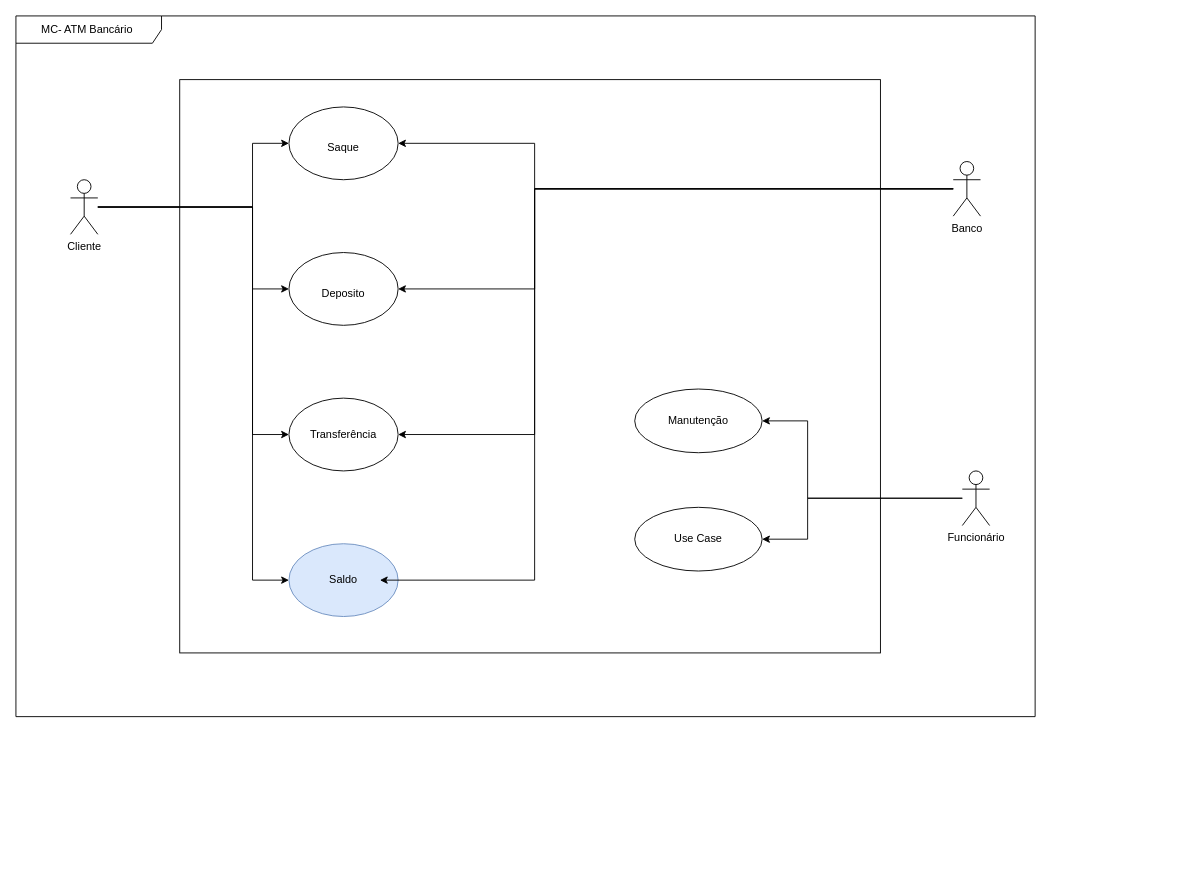
Before: modelagemdeprocessodenegocio.drawio in PaulaSena/DiagramasFaculdade, a draw.io diagram. Source tidied: cells renumbered, new cells numbered last; positions are measured from the earlier drawing's top-left corner, leaving out a move shared by most shapes. Both pictures are drawn from the tidied source at 91%, with x=0, y=0 at pixel (15, 15).
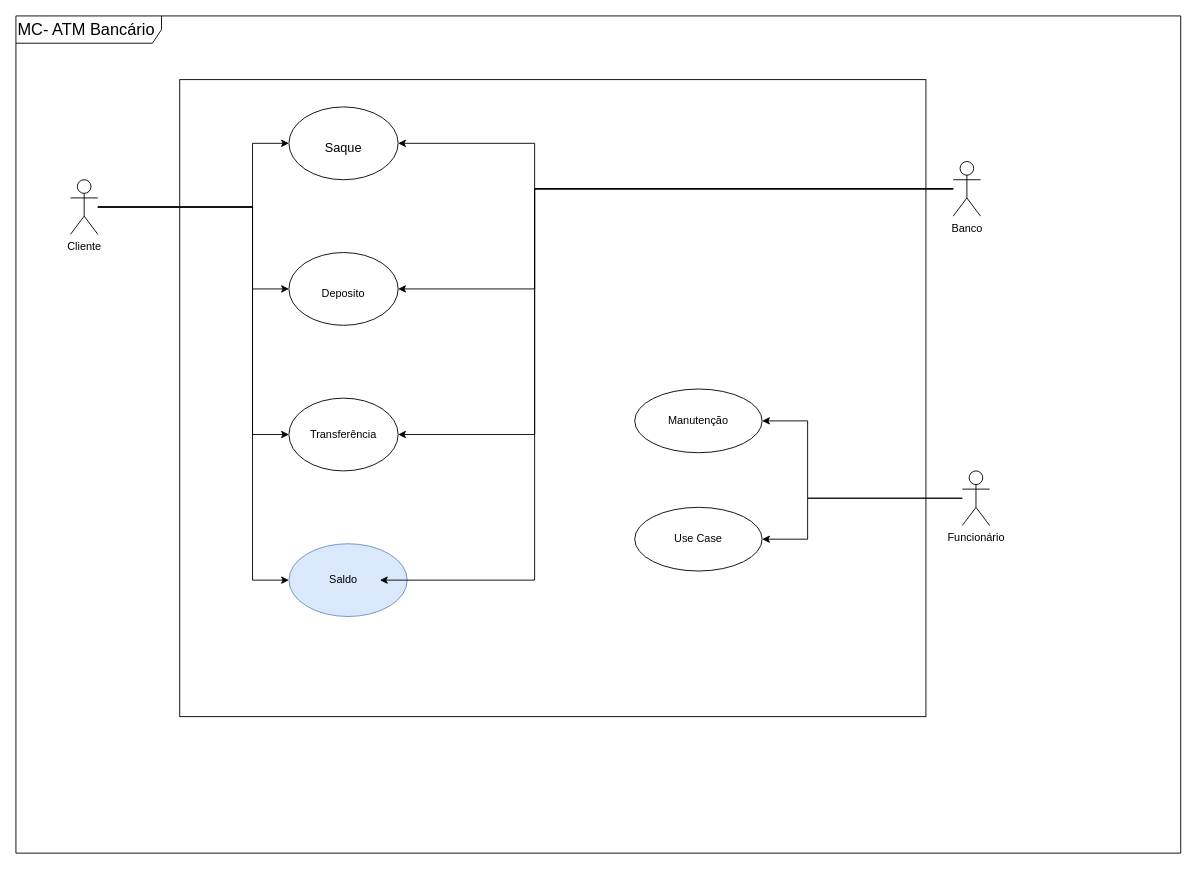
The same diagram, later.

Diff of the diagram source:
```diff
@@
-    <mxCell id="2" value="MC- ATM Bancário&amp;nbsp;" style="shape=umlFrame;whiteSpace=wrap;html=1;width=160;height=30;" parent="1" vertex="1">
-      <mxGeometry width="1120" height="770" as="geometry" />
+    <mxCell id="2" value="&lt;font style=&quot;font-size: 18px&quot;&gt;MC- ATM Bancário&amp;nbsp;&lt;/font&gt;" style="shape=umlFrame;whiteSpace=wrap;html=1;width=160;height=30;" parent="1" vertex="1">
+      <mxGeometry width="1280" height="920" as="geometry" />
     </mxCell>
     <mxCell id="3" style="html=1;" parent="1" vertex="1">
-      <mxGeometry x="180" y="70" width="770" height="630" as="geometry" />
+      <mxGeometry x="180" y="70" width="820" height="700" as="geometry" />
     </mxCell>
@@
     <mxCell id="12" style="ellipse;whiteSpace=wrap;html=1;verticalAlign=top;fillColor=#dae8fc;strokeColor=#6c8ebf;" parent="1" vertex="1">
-      <mxGeometry x="300" y="580" width="120" height="80" as="geometry" />
+      <mxGeometry x="300" y="580" width="130" height="80" as="geometry" />
     </mxCell>
-    <mxCell id="13" value="Saque" style="text;html=1;strokeColor=none;fillColor=none;align=center;verticalAlign=middle;whiteSpace=wrap;rounded=0;" parent="1" vertex="1">
+    <mxCell id="13" value="&lt;font style=&quot;font-size: 14px&quot;&gt;Saque&lt;/font&gt;" style="text;html=1;strokeColor=none;fillColor=none;align=center;verticalAlign=middle;whiteSpace=wrap;rounded=0;" parent="1" vertex="1">
       <mxGeometry x="320" y="130" width="80" height="30" as="geometry" />
     </mxCell>
```
